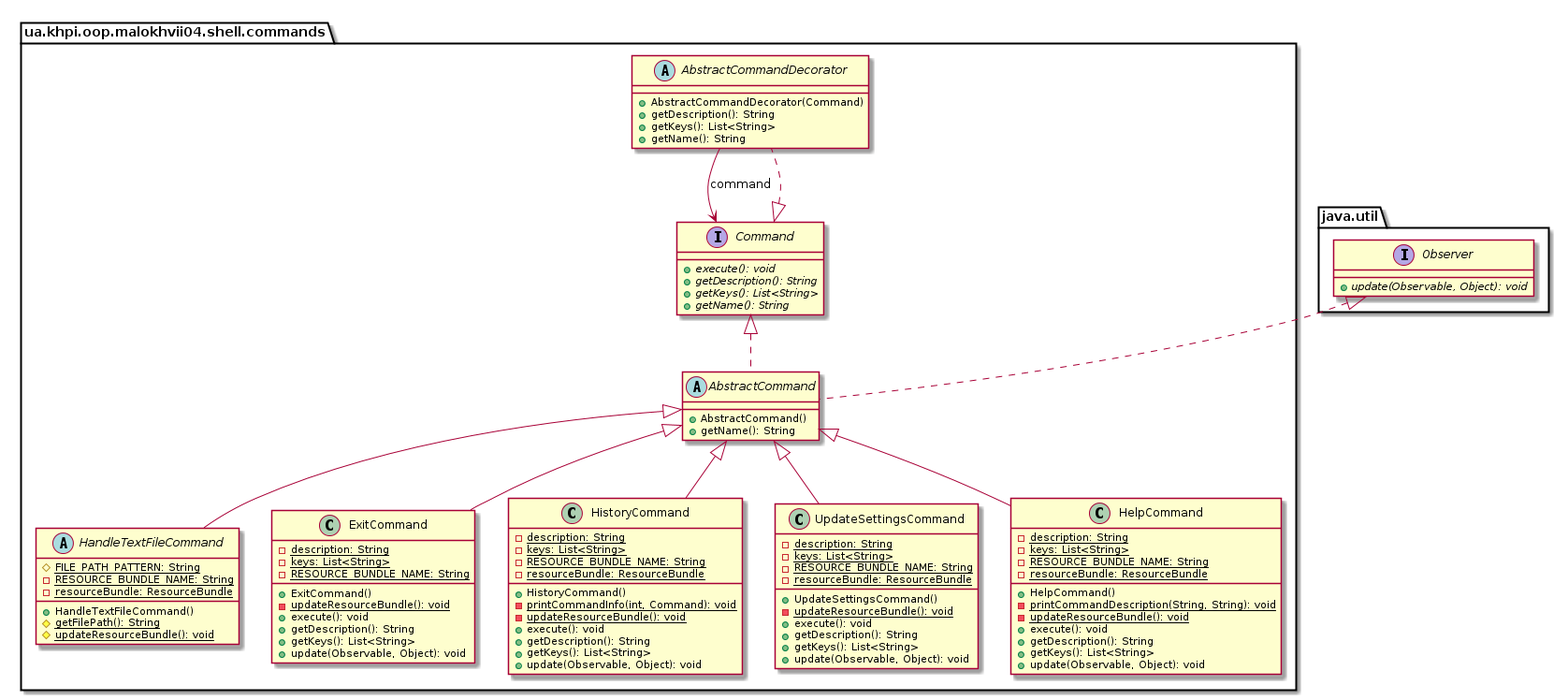
The PlantUML diagram malokhvii-eduard/malokhvii04/doc/plantuml/png/ua.khpi.oop.malokhvii04.shell.commands.package.png in P-Kalin/kit26a, before a commit.
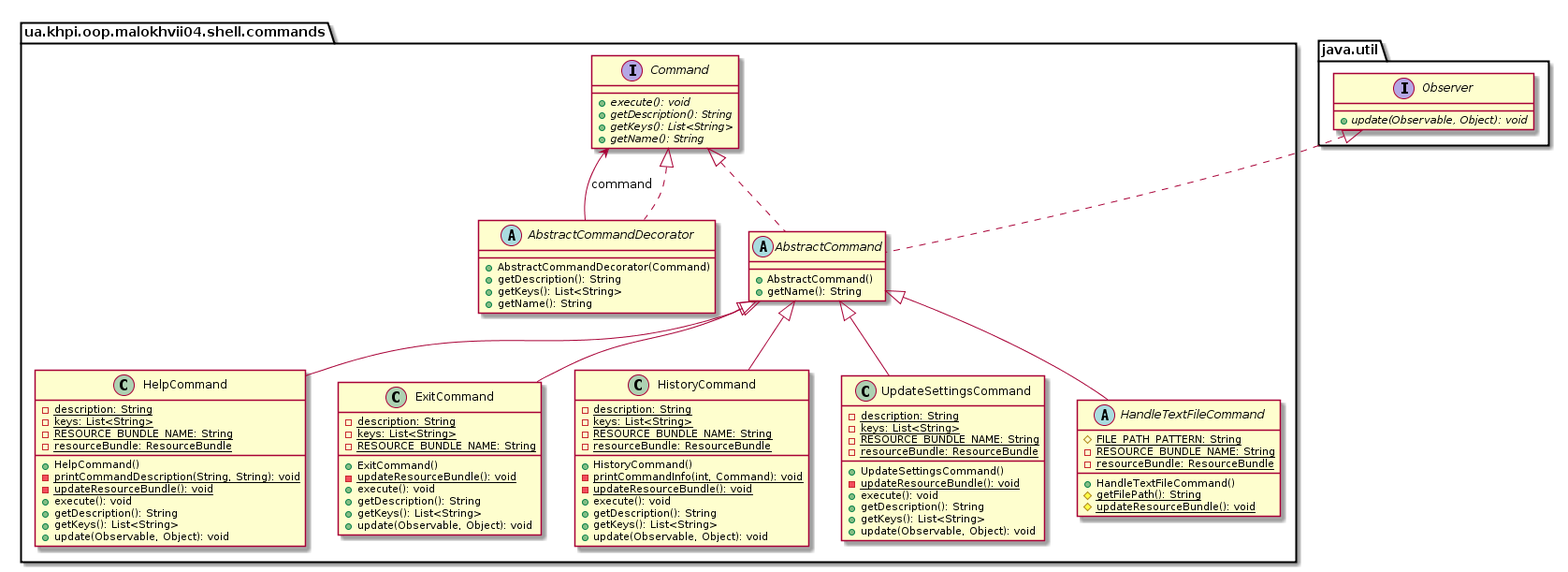
After the commit.

The edit, as a diff of the source:
```diff
@@ -2,20 +2,25 @@
 
     namespace ua.khpi.oop.malokhvii04.shell.commands {
 
-        abstract class AbstractCommandDecorator {
-            +AbstractCommandDecorator(Command)
+        interface Command {
+            {abstract} +execute(): void
+            {abstract} +getDescription(): String
+            {abstract} +getKeys(): List<String>
+            {abstract} +getName(): String
+        }
+
+        class HelpCommand {
+            {static} -description: String
+            {static} -keys: List<String>
+            {static} -RESOURCE_BUNDLE_NAME: String
+            {static} -resourceBundle: ResourceBundle
+            +HelpCommand()
+            {static} -printCommandDescription(String, String): void
+            {static} -updateResourceBundle(): void
+            +execute(): void
             +getDescription(): String
             +getKeys(): List<String>
-            +getName(): String
-        }
-
-        abstract class HandleTextFileCommand {
-            {static} #FILE_PATH_PATTERN: String
-            {static} -RESOURCE_BUNDLE_NAME: String
-            {static} -resourceBundle: ResourceBundle
-            +HandleTextFileCommand()
-            {static} #getFilePath(): String
-            {static} #updateResourceBundle(): void
+            +update(Observable, Object): void
         }
 
         class ExitCommand {
@@ -28,6 +33,11 @@
             +getDescription(): String
             +getKeys(): List<String>
             +update(Observable, Object): void
+        }
+
+        abstract class AbstractCommand {
+            +AbstractCommand()
+            +getName(): String
         }
 
         class HistoryCommand {
@@ -44,13 +54,6 @@
             +update(Observable, Object): void
         }
 
-        interface Command {
-            {abstract} +execute(): void
-            {abstract} +getDescription(): String
-            {abstract} +getKeys(): List<String>
-            {abstract} +getName(): String
-        }
-
         class UpdateSettingsCommand {
             {static} -description: String
             {static} -keys: List<String>
@@ -64,34 +67,25 @@
             +update(Observable, Object): void
         }
 
-        abstract class AbstractCommand {
-            +AbstractCommand()
+        abstract class HandleTextFileCommand {
+            {static} #FILE_PATH_PATTERN: String
+            {static} -RESOURCE_BUNDLE_NAME: String
+            {static} -resourceBundle: ResourceBundle
+            +HandleTextFileCommand()
+            {static} #getFilePath(): String
+            {static} #updateResourceBundle(): void
+        }
+
+        abstract class AbstractCommandDecorator {
+            +AbstractCommandDecorator(Command)
+            +getDescription(): String
+            +getKeys(): List<String>
             +getName(): String
         }
 
-        class HelpCommand {
-            {static} -description: String
-            {static} -keys: List<String>
-            {static} -RESOURCE_BUNDLE_NAME: String
-            {static} -resourceBundle: ResourceBundle
-            +HelpCommand()
-            {static} -printCommandDescription(String, String): void
-            {static} -updateResourceBundle(): void
-            +execute(): void
-            +getDescription(): String
-            +getKeys(): List<String>
-            +update(Observable, Object): void
-        }
-
-        Command <|.. AbstractCommandDecorator
-
-        AbstractCommand <|-- HandleTextFileCommand
+        AbstractCommand <|-- HelpCommand
 
         AbstractCommand <|-- ExitCommand
-
-        AbstractCommand <|-- HistoryCommand
-
-        AbstractCommand <|-- UpdateSettingsCommand
 
         Command <|.. AbstractCommand
 
@@ -100,7 +94,13 @@
         }
         java.util.Observer <|.. AbstractCommand
 
-        AbstractCommand <|-- HelpCommand
+        AbstractCommand <|-- HistoryCommand
+
+        AbstractCommand <|-- UpdateSettingsCommand
+
+        AbstractCommand <|-- HandleTextFileCommand
+
+        Command <|.. AbstractCommandDecorator
 
         AbstractCommandDecorator --> Command: command
 
```
